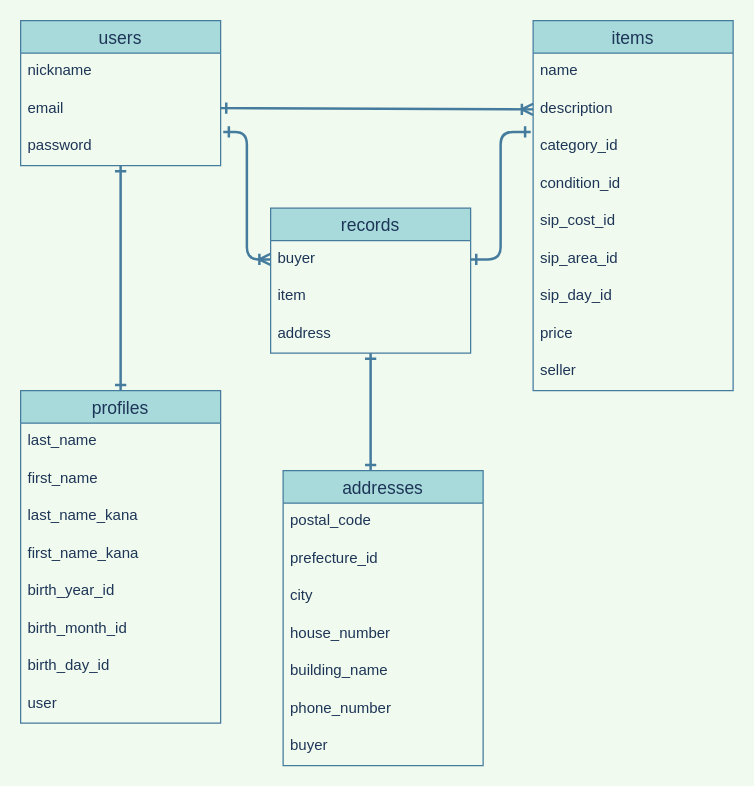
Before: furima.dio in mita-youko/furima-35815, a draw.io diagram. Source tidied: cells renumbered, new cells numbered last; positions are measured from the earlier drawing's top-left corner, leaving out a move shared by most shapes. Both pictures are drawn from the tidied source at 125%, with x=0, y=0 at pixel (20, 20).
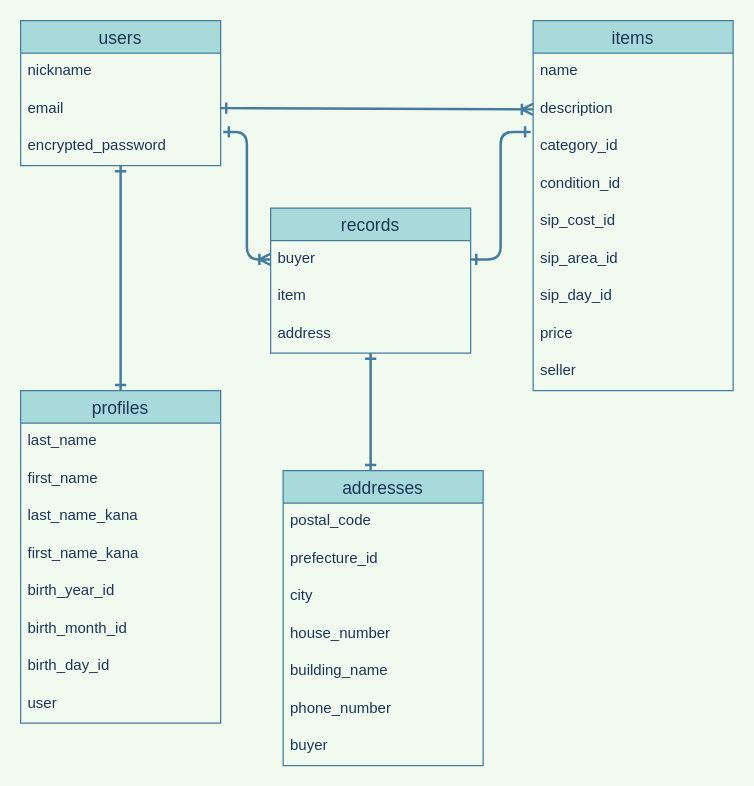
The same page after the edit.

Commit message (it also covers changes not shown here):
【訂正】DB設計及びER図作成

usersテーブルのカラム名を訂正しました。

Unchanged cells that the change refers to:
```xml
<mxCell id="3" value="users" style="swimlane;fontStyle=0;horizontal=1;startSize=26;align=center;fontSize=14;fillColor=#A8DADC;strokeColor=#457B9D;fontColor=#1D3557;" parent="1" vertex="1">
  <mxGeometry width="160" height="116" as="geometry" />
</mxCell>
```

Change to the diagram source:
```diff
@@
-    <mxCell id="6" value="password" style="text;strokeColor=none;fillColor=none;spacingLeft=4;spacingRight=4;overflow=hidden;points=[[0,0.5],[1,0.5]];portConstraint=eastwest;fontSize=12;fontColor=#1D3557;" parent="3" vertex="1">
+    <mxCell id="6" value="encrypted_password" style="text;strokeColor=none;fillColor=none;spacingLeft=4;spacingRight=4;overflow=hidden;points=[[0,0.5],[1,0.5]];portConstraint=eastwest;fontSize=12;fontColor=#1D3557;" parent="3" vertex="1">
       <mxGeometry y="86" width="160" height="30" as="geometry" />
     </mxCell>
```
